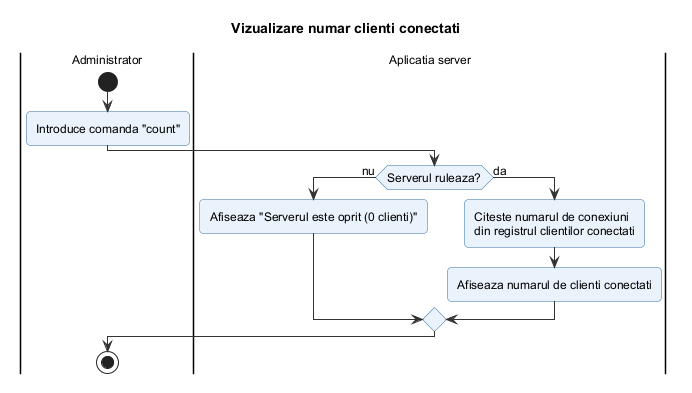
filip-eanu/ProiectIS keeps this PlantUML diagram as docs/diagrame/2_activitati/numar_clienti_conectati.png. Above is the earlier version. Source of this version:
```plantuml
@startuml numar_clienti_conectati
!include ../_stil.iuml
title Vizualizare numar clienti conectati

|Administrator|
start
:Introduce comanda "count";
|Aplicatia server|
if (Serverul ruleaza?) then (nu)
  :Afiseaza "Serverul este oprit (0 clienti)";
else (da)
  :Citeste numarul de conexiuni
  din registrul clientilor conectati;
  :Afiseaza numarul de clienti conectati;
endif
|Administrator|
stop
@enduml
```
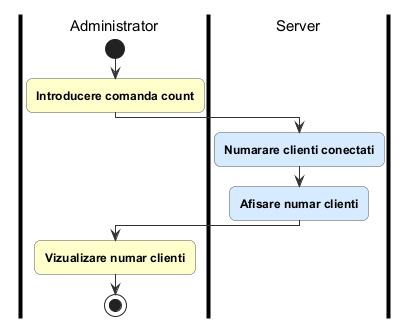
The same diagram one commit later.

Diff of the diagram source:
```diff
@@ -1,18 +1,13 @@
 @startuml numar_clienti_conectati
-!include ../_stil.iuml
-title Vizualizare numar clienti conectati
+!include ../_stil_activitati.iuml
 
 |Administrator|
 start
-:Introduce comanda "count";
-|Aplicatia server|
-if (Serverul ruleaza?) then (nu)
-  :Afiseaza "Serverul este oprit (0 clienti)";
-else (da)
-  :Citeste numarul de conexiuni
-  din registrul clientilor conectati;
-  :Afiseaza numarul de clienti conectati;
-endif
+$A("Introducere comanda count")
+|Server|
+$S("Numarare clienti conectati")
+$S("Afisare numar clienti")
 |Administrator|
+$A("Vizualizare numar clienti")
 stop
 @enduml
```
